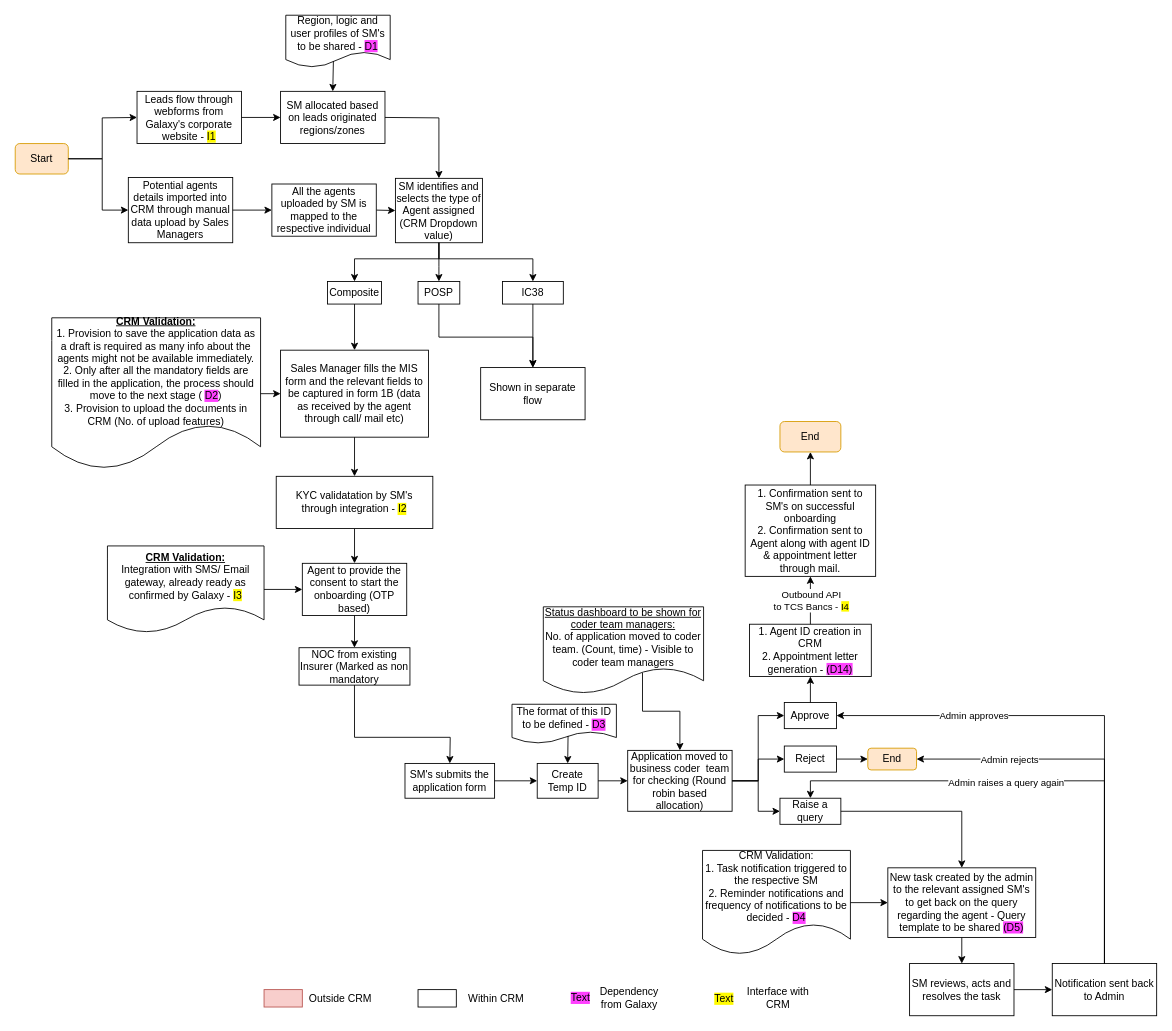
This is Agent Onboarding Composite.drawio from shaileshsreedar/Galaxy, a draw.io file, before an edit. Source tidied: cells renumbered, new cells numbered last; positions are measured from the earlier drawing's top-left corner, leaving out a move shared by most shapes. Both pictures are drawn from the tidied source at 87%, with x=0, y=0 at pixel (15, 15).
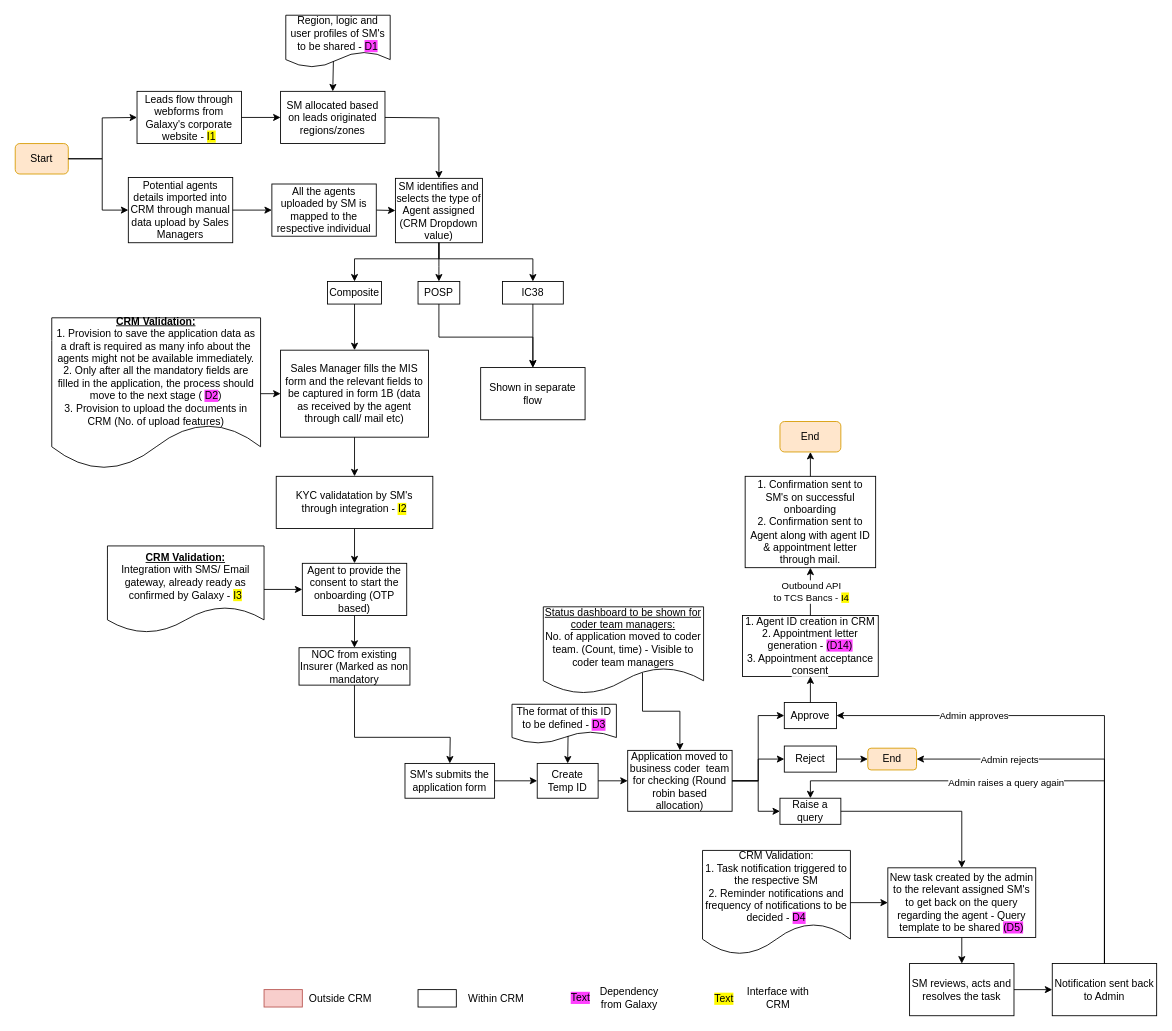
The same page after the edit.

Diff of the diagram source:
```diff
@@
-    <mxCell id="54" value="1. Agent ID creation in CRM&lt;div&gt;2. Appointment letter generation - &lt;span style=&quot;background-color: rgb(255, 64, 255);&quot;&gt;(D14)&lt;/span&gt;&lt;/div&gt;" style="rounded=0;whiteSpace=wrap;html=1;" parent="1" vertex="1">
-      <mxGeometry x="844" y="700" width="140" height="60" as="geometry" />
+    <mxCell id="54" value="1. Agent ID creation in CRM&lt;div&gt;2. Appointment letter generation - &lt;span style=&quot;background-color: rgb(255, 64, 255);&quot;&gt;(D14)&lt;/span&gt;&lt;/div&gt;&lt;div&gt;&lt;span style=&quot;background-color: rgb(255, 255, 255);&quot;&gt;3. Appointment acceptance consent&lt;/span&gt;&lt;/div&gt;" style="rounded=0;whiteSpace=wrap;html=1;" parent="1" vertex="1">
+      <mxGeometry x="836" y="690" width="156" height="70" as="geometry" />
     </mxCell>
     <mxCell id="55" value="1. Confirmation sent to SM's on successful onboarding&lt;div&gt;2. Confirmation sent to Agent along with agent ID &amp;amp; appointment letter through mail.&lt;/div&gt;" style="rounded=0;whiteSpace=wrap;html=1;" parent="1" vertex="1">
-      <mxGeometry x="839" y="540" width="150" height="105" as="geometry" />
+      <mxGeometry x="839" y="530" width="150" height="105" as="geometry" />
     </mxCell>
```
